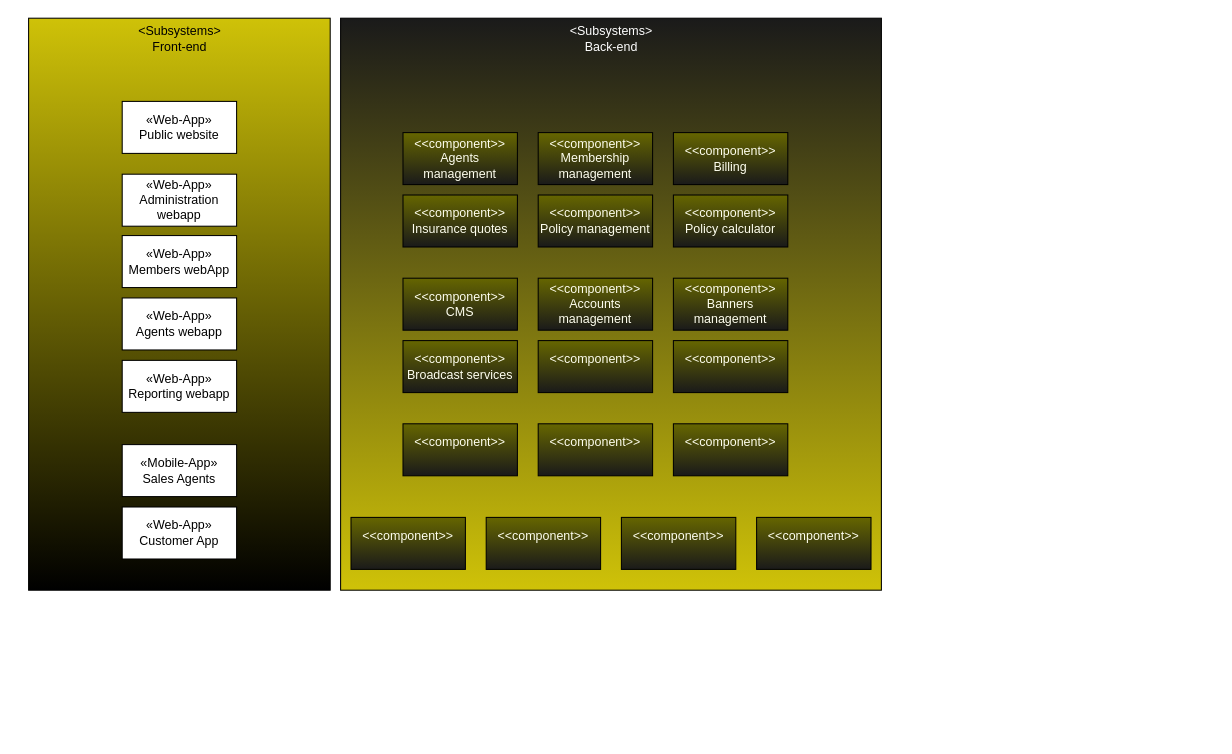
This is SDD-DOC/Component-Diagramn.drawio from yosefGhanem/asu-sdd1, a draw.io file, before an edit. Source tidied: cells renumbered, new cells numbered last; positions are measured from the earlier drawing's top-left corner, leaving out a move shared by most shapes. Both pictures are drawn from the tidied source at 104%, with x=0, y=0 at pixel (28, 18).
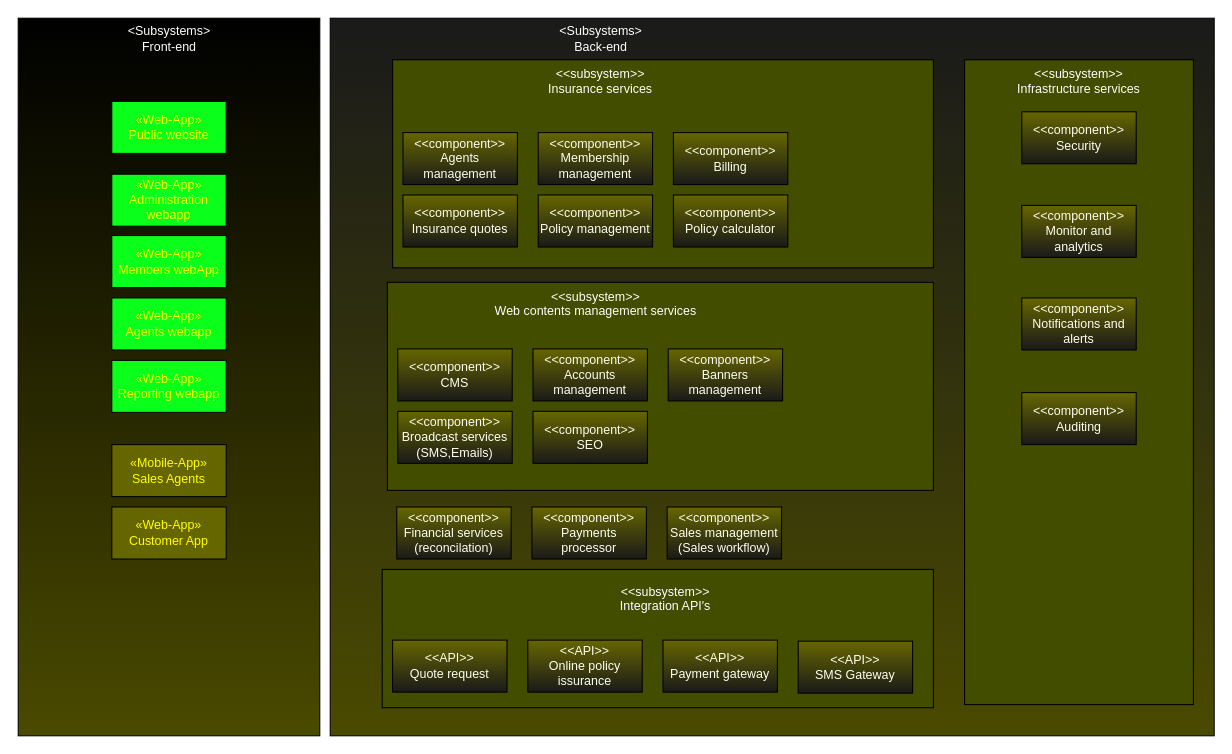
Above is the later version.

Change to the diagram source:
```diff
@@
-    <mxCell id="2" style="group;" parent="1" vertex="1">
-      <mxGeometry width="310" height="550" as="geometry" />
-    </mxCell>
+    <mxCell id="12" style="html=1;whiteSpace=wrap;gradientColor=#4A4A00;fillColor=#1A1A1A;" parent="1" vertex="1">
+      <mxGeometry x="290" width="850" height="690" as="geometry" />
+    </mxCell>
+    <mxCell id="13" value="&lt;div&gt;&lt;font color=&quot;#ffffff&quot;&gt;&amp;lt;Subsystems&amp;gt;&lt;/font&gt;&lt;/div&gt;&lt;div&gt;&lt;font color=&quot;#ffffff&quot;&gt;Back-end&lt;br&gt;&lt;/font&gt;&lt;/div&gt;" style="text;html=1;align=center;verticalAlign=middle;strokeColor=none;fillColor=none;" parent="1" vertex="1">
+      <mxGeometry x="500" width="100" height="40" as="geometry" />
+    </mxCell>
+    <mxCell id="33" style="rounded=0;whiteSpace=wrap;html=1;fillColor=#424D00;" parent="1" vertex="1">
+      <mxGeometry x="350" y="40" width="520" height="200" as="geometry" />
+    </mxCell>
-    <mxCell id="3" value="&lt;p style=&quot;line-height: 110%;&quot;&gt;&lt;/p&gt;&lt;br&gt;&lt;p&gt;&lt;/p&gt;" style="html=1;whiteSpace=wrap;fillColor=#CFC208;gradientColor=default;" parent="2" vertex="1">
-      <mxGeometry width="290" height="550" as="geometry" />
+    <mxCell id="3" value="&lt;p style=&quot;line-height: 110%;&quot;&gt;&lt;/p&gt;&lt;br&gt;&lt;p&gt;&lt;/p&gt;" style="html=1;whiteSpace=wrap;fillColor=#000000;gradientColor=#4A4A00;" parent="1" vertex="1">
+      <mxGeometry x="-10" width="290" height="690" as="geometry" />
     </mxCell>
-    <mxCell id="4" value="&lt;div&gt;«Web-App»&lt;/div&gt;Public website" style="html=1;whiteSpace=wrap;" parent="2" vertex="1">
-      <mxGeometry x="90" y="80" width="110" height="50" as="geometry" />
+    <mxCell id="4" value="&lt;div&gt;&lt;font color=&quot;#ffff00&quot;&gt;«Web-App»&lt;/font&gt;&lt;/div&gt;&lt;font color=&quot;#ffff00&quot;&gt;Public website&lt;/font&gt;" style="html=1;whiteSpace=wrap;fillColor=#0AFF1B;" parent="1" vertex="1">
+      <mxGeometry x="80" y="80" width="110" height="50" as="geometry" />
     </mxCell>
-    <mxCell id="5" value="&lt;div&gt;«Web-App»&lt;/div&gt;&lt;div&gt;Administration webapp&lt;br&gt;&lt;/div&gt;" style="html=1;whiteSpace=wrap;" parent="2" vertex="1">
-      <mxGeometry x="90" y="150" width="110" height="50" as="geometry" />
+    <mxCell id="5" value="&lt;div&gt;&lt;font color=&quot;#ffff00&quot;&gt;«Web-App»&lt;/font&gt;&lt;/div&gt;&lt;div&gt;&lt;font color=&quot;#ffff00&quot;&gt;Administration webapp&lt;br&gt;&lt;/font&gt;&lt;/div&gt;" style="html=1;whiteSpace=wrap;fillColor=#0AFF1B;" parent="1" vertex="1">
+      <mxGeometry x="80" y="150" width="110" height="50" as="geometry" />
     </mxCell>
-    <mxCell id="6" value="&lt;div&gt;«Web-App»&lt;/div&gt;&lt;div&gt;Members webApp&lt;br&gt;&lt;/div&gt;" style="html=1;whiteSpace=wrap;" parent="2" vertex="1">
-      <mxGeometry x="90" y="209" width="110" height="50" as="geometry" />
+    <mxCell id="6" value="&lt;div&gt;&lt;font color=&quot;#ffff00&quot;&gt;«Web-App»&lt;/font&gt;&lt;/div&gt;&lt;div&gt;&lt;font color=&quot;#ffff00&quot;&gt;Members webApp&lt;br&gt;&lt;/font&gt;&lt;/div&gt;" style="html=1;whiteSpace=wrap;fillColor=#0AFF1B;" parent="1" vertex="1">
+      <mxGeometry x="80" y="209" width="110" height="50" as="geometry" />
     </mxCell>
-    <mxCell id="7" value="&lt;div&gt;«Web-App»&lt;/div&gt;&lt;div&gt;Agents webapp&lt;br&gt;&lt;/div&gt;" style="html=1;whiteSpace=wrap;" parent="2" vertex="1">
-      <mxGeometry x="90" y="269" width="110" height="50" as="geometry" />
+    <mxCell id="7" value="&lt;div&gt;&lt;font color=&quot;#ffff00&quot;&gt;«Web-App»&lt;/font&gt;&lt;/div&gt;&lt;div&gt;&lt;font color=&quot;#ffff00&quot;&gt;Agents webapp&lt;br&gt;&lt;/font&gt;&lt;/div&gt;" style="html=1;whiteSpace=wrap;fillColor=#0AFF1B;" parent="1" vertex="1">
+      <mxGeometry x="80" y="269" width="110" height="50" as="geometry" />
     </mxCell>
-    <mxCell id="8" value="&lt;div&gt;«Web-App»&lt;/div&gt;&lt;div&gt;Reporting webapp&lt;br&gt;&lt;/div&gt;" style="html=1;whiteSpace=wrap;" parent="2" vertex="1">
-      <mxGeometry x="90" y="329" width="110" height="50" as="geometry" />
+    <mxCell id="8" value="&lt;div&gt;&lt;font color=&quot;#ffff00&quot;&gt;«Web-App»&lt;/font&gt;&lt;/div&gt;&lt;div&gt;&lt;font color=&quot;#ffff00&quot;&gt;Reporting webapp&lt;/font&gt;&lt;br&gt;&lt;/div&gt;" style="html=1;whiteSpace=wrap;fillColor=#0AFF1B;" parent="1" vertex="1">
+      <mxGeometry x="80" y="329" width="110" height="50" as="geometry" />
     </mxCell>
-    <mxCell id="9" value="&lt;div&gt;«Mobile-App»&lt;/div&gt;&lt;div&gt;Sales Agents&lt;br&gt;&lt;/div&gt;" style="html=1;whiteSpace=wrap;" parent="2" vertex="1">
-      <mxGeometry x="90" y="410" width="110" height="50" as="geometry" />
+    <mxCell id="9" value="&lt;div&gt;&lt;font color=&quot;#ffff00&quot;&gt;«Mobile-App»&lt;/font&gt;&lt;/div&gt;&lt;div&gt;&lt;font color=&quot;#ffff00&quot;&gt;Sales Agents&lt;br&gt;&lt;/font&gt;&lt;/div&gt;" style="html=1;whiteSpace=wrap;fillColor=#666600;" parent="1" vertex="1">
+      <mxGeometry x="80" y="410" width="110" height="50" as="geometry" />
     </mxCell>
-    <mxCell id="10" value="&lt;div&gt;«Web-App»&lt;/div&gt;&lt;div&gt;Customer App&lt;br&gt;&lt;/div&gt;" style="html=1;whiteSpace=wrap;" parent="2" vertex="1">
-      <mxGeometry x="90" y="470" width="110" height="50" as="geometry" />
+    <mxCell id="10" value="&lt;div&gt;&lt;font color=&quot;#ffff00&quot;&gt;«Web-App»&lt;/font&gt;&lt;/div&gt;&lt;div&gt;&lt;font color=&quot;#ffff00&quot;&gt;Customer App&lt;br&gt;&lt;/font&gt;&lt;/div&gt;" style="html=1;whiteSpace=wrap;fillColor=#666600;" parent="1" vertex="1">
+      <mxGeometry x="80" y="470" width="110" height="50" as="geometry" />
     </mxCell>
-    <mxCell id="11" value="&lt;div&gt;&amp;lt;Subsystems&amp;gt;&lt;/div&gt;&lt;div&gt;Front-end&lt;br&gt;&lt;/div&gt;" style="text;html=1;align=center;verticalAlign=middle;strokeColor=none;fillColor=none;" parent="2" vertex="1">
-      <mxGeometry x="95" width="100" height="40" as="geometry" />
+    <mxCell id="11" value="&lt;div&gt;&lt;font color=&quot;#ffffff&quot;&gt;&amp;lt;Subsystems&amp;gt;&lt;/font&gt;&lt;/div&gt;&lt;div&gt;&lt;font color=&quot;#ffffff&quot;&gt;Front-end&lt;br&gt;&lt;/font&gt;&lt;/div&gt;" style="text;html=1;align=center;verticalAlign=middle;strokeColor=none;fillColor=none;" parent="1" vertex="1">
+      <mxGeometry x="85" width="100" height="40" as="geometry" />
     </mxCell>
-    <mxCell id="12" style="html=1;whiteSpace=wrap;gradientColor=#CFC208;fillColor=#1A1A1A;" parent="1" vertex="1">
-      <mxGeometry x="300" width="520" height="550" as="geometry" />
-    </mxCell>
-    <mxCell id="13" value="&lt;div&gt;&lt;font color=&quot;#ffffff&quot;&gt;&amp;lt;Subsystems&amp;gt;&lt;/font&gt;&lt;/div&gt;&lt;div&gt;&lt;font color=&quot;#ffffff&quot;&gt;Back-end&lt;br&gt;&lt;/font&gt;&lt;/div&gt;" style="text;html=1;align=center;verticalAlign=middle;strokeColor=none;fillColor=none;" parent="1" vertex="1">
-      <mxGeometry x="510" width="100" height="40" as="geometry" />
-    </mxCell>
+    <mxCell id="34" value="&lt;div align=&quot;center&quot;&gt;&lt;font color=&quot;#ffffff&quot;&gt;&amp;lt;&amp;lt;subsystem&amp;gt;&amp;gt;&lt;/font&gt;&lt;/div&gt;&lt;div align=&quot;center&quot;&gt;&lt;font color=&quot;#ffffff&quot;&gt;Insurance services&lt;br&gt;&lt;/font&gt;&lt;/div&gt;" style="text;whiteSpace=wrap;html=1;align=center;" parent="1" vertex="1">
+      <mxGeometry x="485" y="40" width="130" height="50" as="geometry" />
+    </mxCell>
@@
+    <mxCell id="35" style="rounded=0;whiteSpace=wrap;html=1;fillColor=#424D00;" parent="1" vertex="1">
+      <mxGeometry x="345" y="254" width="525" height="200" as="geometry" />
+    </mxCell>
+    <mxCell id="36" value="&lt;div align=&quot;center&quot;&gt;&lt;font color=&quot;#ffffff&quot;&gt;&amp;lt;&amp;lt;subsystem&amp;gt;&amp;gt;&lt;/font&gt;&lt;/div&gt;&lt;div align=&quot;center&quot;&gt;&lt;font color=&quot;#ffffff&quot;&gt;Web contents management services&lt;br&gt;&lt;/font&gt;&lt;/div&gt;" style="text;whiteSpace=wrap;html=1;align=center;" parent="1" vertex="1">
+      <mxGeometry x="402.5" y="254" width="285" height="50" as="geometry" />
+    </mxCell>
     <mxCell id="20" value="&lt;font color=&quot;#fffff0&quot;&gt;&amp;lt;&amp;lt;component&amp;gt;&amp;gt;&lt;br&gt;CMS&lt;br&gt;&lt;/font&gt;" style="html=1;whiteSpace=wrap;fillColor=#666600;gradientColor=#1A1A1A;" parent="1" vertex="1">
-      <mxGeometry x="360" y="250" width="110" height="50" as="geometry" />
+      <mxGeometry x="355" y="318" width="110" height="50" as="geometry" />
     </mxCell>
     <mxCell id="21" value="&lt;font color=&quot;#fffff0&quot;&gt;&amp;lt;&amp;lt;component&amp;gt;&amp;gt;&lt;br&gt;Accounts management&lt;br&gt;&lt;/font&gt;" style="html=1;whiteSpace=wrap;fillColor=#666600;gradientColor=#1A1A1A;" parent="1" vertex="1">
-      <mxGeometry x="490" y="250" width="110" height="50" as="geometry" />
+      <mxGeometry x="485" y="318" width="110" height="50" as="geometry" />
     </mxCell>
     <mxCell id="22" value="&lt;font color=&quot;#fffff0&quot;&gt;&amp;lt;&amp;lt;component&amp;gt;&amp;gt;&lt;br&gt;Banners management&lt;br&gt;&lt;/font&gt;" style="html=1;whiteSpace=wrap;fillColor=#666600;gradientColor=#1A1A1A;" parent="1" vertex="1">
-      <mxGeometry x="620" y="250" width="110" height="50" as="geometry" />
+      <mxGeometry x="615" y="318" width="110" height="50" as="geometry" />
     </mxCell>
-    <mxCell id="23" value="&lt;font color=&quot;#fffff0&quot;&gt;&amp;lt;&amp;lt;component&amp;gt;&amp;gt;&lt;br&gt;Broadcast services&lt;br&gt;&lt;/font&gt;" style="html=1;whiteSpace=wrap;fillColor=#666600;gradientColor=#1A1A1A;" parent="1" vertex="1">
-      <mxGeometry x="360" y="310" width="110" height="50" as="geometry" />
-    </mxCell>
-    <mxCell id="24" value="&lt;font color=&quot;#fffff0&quot;&gt;&amp;lt;&amp;lt;component&amp;gt;&amp;gt;&lt;br&gt;&lt;br&gt;&lt;/font&gt;" style="html=1;whiteSpace=wrap;fillColor=#666600;gradientColor=#1A1A1A;" parent="1" vertex="1">
-      <mxGeometry x="490" y="310" width="110" height="50" as="geometry" />
-    </mxCell>
-    <mxCell id="25" value="&lt;font color=&quot;#fffff0&quot;&gt;&amp;lt;&amp;lt;component&amp;gt;&amp;gt;&lt;br&gt;&lt;br&gt;&lt;/font&gt;" style="html=1;whiteSpace=wrap;fillColor=#666600;gradientColor=#1A1A1A;" parent="1" vertex="1">
-      <mxGeometry x="620" y="310" width="110" height="50" as="geometry" />
-    </mxCell>
-    <mxCell id="26" value="&lt;font color=&quot;#fffff0&quot;&gt;&amp;lt;&amp;lt;component&amp;gt;&amp;gt;&lt;br&gt;&lt;br&gt;&lt;/font&gt;" style="html=1;whiteSpace=wrap;fillColor=#666600;gradientColor=#1A1A1A;" parent="1" vertex="1">
-      <mxGeometry x="360" y="390" width="110" height="50" as="geometry" />
-    </mxCell>
-    <mxCell id="27" value="&lt;font color=&quot;#fffff0&quot;&gt;&amp;lt;&amp;lt;component&amp;gt;&amp;gt;&lt;br&gt;&lt;br&gt;&lt;/font&gt;" style="html=1;whiteSpace=wrap;fillColor=#666600;gradientColor=#1A1A1A;" parent="1" vertex="1">
-      <mxGeometry x="490" y="390" width="110" height="50" as="geometry" />
-    </mxCell>
-    <mxCell id="28" value="&lt;font color=&quot;#fffff0&quot;&gt;&amp;lt;&amp;lt;component&amp;gt;&amp;gt;&lt;br&gt;&lt;br&gt;&lt;/font&gt;" style="html=1;whiteSpace=wrap;fillColor=#666600;gradientColor=#1A1A1A;" parent="1" vertex="1">
-      <mxGeometry x="620" y="390" width="110" height="50" as="geometry" />
-    </mxCell>
-    <mxCell id="29" value="&lt;font color=&quot;#fffff0&quot;&gt;&amp;lt;&amp;lt;component&amp;gt;&amp;gt;&lt;br&gt;&lt;br&gt;&lt;/font&gt;" style="html=1;whiteSpace=wrap;fillColor=#666600;gradientColor=#1A1A1A;" parent="1" vertex="1">
-      <mxGeometry x="310" y="480" width="110" height="50" as="geometry" />
-    </mxCell>
-    <mxCell id="30" value="&lt;font color=&quot;#fffff0&quot;&gt;&amp;lt;&amp;lt;component&amp;gt;&amp;gt;&lt;br&gt;&lt;br&gt;&lt;/font&gt;" style="html=1;whiteSpace=wrap;fillColor=#666600;gradientColor=#1A1A1A;" parent="1" vertex="1">
-      <mxGeometry x="440" y="480" width="110" height="50" as="geometry" />
-    </mxCell>
-    <mxCell id="31" value="&lt;font color=&quot;#fffff0&quot;&gt;&amp;lt;&amp;lt;component&amp;gt;&amp;gt;&lt;br&gt;&lt;br&gt;&lt;/font&gt;" style="html=1;whiteSpace=wrap;fillColor=#666600;gradientColor=#1A1A1A;" parent="1" vertex="1">
-      <mxGeometry x="570" y="480" width="110" height="50" as="geometry" />
-    </mxCell>
-    <mxCell id="32" value="&lt;font color=&quot;#fffff0&quot;&gt;&amp;lt;&amp;lt;component&amp;gt;&amp;gt;&lt;br&gt;&lt;br&gt;&lt;/font&gt;" style="html=1;whiteSpace=wrap;fillColor=#666600;gradientColor=#1A1A1A;" parent="1" vertex="1">
-      <mxGeometry x="700" y="480" width="110" height="50" as="geometry" />
-    </mxCell>
+    <mxCell id="37" value="&lt;font color=&quot;#fffff0&quot;&gt;&amp;lt;&amp;lt;component&amp;gt;&amp;gt;&lt;br&gt;&lt;/font&gt;&lt;div&gt;&lt;font color=&quot;#fffff0&quot;&gt;Broadcast services&lt;/font&gt;&lt;/div&gt;&lt;div&gt;&lt;font color=&quot;#fffff0&quot;&gt;(SMS,Emails)&lt;br&gt;&lt;/font&gt;&lt;/div&gt;" style="html=1;whiteSpace=wrap;fillColor=#666600;gradientColor=#1A1A1A;" parent="1" vertex="1">
+      <mxGeometry x="355" y="378" width="110" height="50" as="geometry" />
+    </mxCell>
+    <mxCell id="38" value="&lt;font color=&quot;#fffff0&quot;&gt;&amp;lt;&amp;lt;component&amp;gt;&amp;gt;&lt;br&gt;SEO&lt;br&gt;&lt;/font&gt;" style="html=1;whiteSpace=wrap;fillColor=#666600;gradientColor=#1A1A1A;" parent="1" vertex="1">
+      <mxGeometry x="485" y="378" width="110" height="50" as="geometry" />
+    </mxCell>
+    <mxCell id="39" style="rounded=0;whiteSpace=wrap;html=1;fillColor=#424D00;" parent="1" vertex="1">
+      <mxGeometry x="340" y="530" width="530" height="133" as="geometry" />
+    </mxCell>
+    <mxCell id="40" value="&lt;div&gt;&lt;font color=&quot;#fffff0&quot;&gt;&amp;lt;&amp;lt;component&amp;gt;&amp;gt;&lt;/font&gt;&lt;/div&gt;&lt;div&gt;&lt;font color=&quot;#fffff0&quot;&gt;Financial services&lt;br&gt;&lt;/font&gt;&lt;/div&gt;&lt;div&gt;&lt;font color=&quot;#fffff0&quot;&gt;(reconcilation)&lt;br&gt;&lt;/font&gt;&lt;/div&gt;&lt;font color=&quot;#fffff0&quot;&gt;&lt;/font&gt;" style="html=1;whiteSpace=wrap;fillColor=#666600;gradientColor=#1A1A1A;" parent="1" vertex="1">
+      <mxGeometry x="354" y="470" width="110" height="50" as="geometry" />
+    </mxCell>
+    <mxCell id="41" value="&lt;font color=&quot;#fffff0&quot;&gt;&amp;lt;&amp;lt;component&amp;gt;&amp;gt;&lt;br&gt;Payments processor&lt;br&gt;&lt;/font&gt;" style="html=1;whiteSpace=wrap;fillColor=#666600;gradientColor=#1A1A1A;" parent="1" vertex="1">
+      <mxGeometry x="484" y="470" width="110" height="50" as="geometry" />
+    </mxCell>
+    <mxCell id="42" value="&lt;font color=&quot;#fffff0&quot;&gt;&amp;lt;&amp;lt;component&amp;gt;&amp;gt;&lt;br&gt;&lt;/font&gt;&lt;div&gt;&lt;font color=&quot;#fffff0&quot;&gt;Sales management&lt;/font&gt;&lt;/div&gt;&lt;div&gt;&lt;font color=&quot;#fffff0&quot;&gt;(Sales workflow)&lt;br&gt;&lt;/font&gt;&lt;/div&gt;" style="html=1;whiteSpace=wrap;fillColor=#666600;gradientColor=#1A1A1A;" parent="1" vertex="1">
+      <mxGeometry x="614" y="470" width="110" height="50" as="geometry" />
+    </mxCell>
+    <mxCell id="43" value="&lt;font color=&quot;#fffff0&quot;&gt;&amp;lt;&amp;lt;API&amp;gt;&amp;gt;&lt;br&gt;Quote request&lt;br&gt;&lt;/font&gt;" style="html=1;whiteSpace=wrap;fillColor=#666600;gradientColor=#1A1A1A;" parent="1" vertex="1">
+      <mxGeometry x="350" y="598" width="110" height="50" as="geometry" />
+    </mxCell>
+    <mxCell id="44" value="&lt;font color=&quot;#fffff0&quot;&gt;&amp;lt;&amp;lt;API&amp;gt;&amp;gt;&lt;br&gt;Online policy issurance&lt;br&gt;&lt;/font&gt;" style="html=1;whiteSpace=wrap;fillColor=#666600;gradientColor=#1A1A1A;" parent="1" vertex="1">
+      <mxGeometry x="480" y="598" width="110" height="50" as="geometry" />
+    </mxCell>
+    <mxCell id="45" value="&lt;font color=&quot;#fffff0&quot;&gt;&amp;lt;&amp;lt;API&amp;gt;&amp;gt;&lt;br&gt;Payment gateway&lt;br&gt;&lt;/font&gt;" style="html=1;whiteSpace=wrap;fillColor=#666600;gradientColor=#1A1A1A;" parent="1" vertex="1">
+      <mxGeometry x="610" y="598" width="110" height="50" as="geometry" />
+    </mxCell>
+    <mxCell id="46" value="&lt;font color=&quot;#fffff0&quot;&gt;&amp;lt;&amp;lt;API&amp;gt;&amp;gt;&lt;br&gt;SMS Gateway&lt;br&gt;&lt;/font&gt;" style="html=1;whiteSpace=wrap;fillColor=#666600;gradientColor=#1A1A1A;" parent="1" vertex="1">
+      <mxGeometry x="740" y="599" width="110" height="50" as="geometry" />
+    </mxCell>
+    <mxCell id="47" value="&lt;div align=&quot;center&quot;&gt;&lt;font color=&quot;#ffffff&quot;&gt;&amp;lt;&amp;lt;subsystem&amp;gt;&amp;gt;&lt;/font&gt;&lt;/div&gt;&lt;div align=&quot;center&quot;&gt;&lt;font color=&quot;#ffffff&quot;&gt;Integration API's&lt;br&gt;&lt;/font&gt;&lt;/div&gt;" style="text;whiteSpace=wrap;html=1;align=center;" parent="1" vertex="1">
+      <mxGeometry x="470" y="538" width="285" height="50" as="geometry" />
+    </mxCell>
+    <mxCell id="48" style="rounded=0;whiteSpace=wrap;html=1;fillColor=#424D00;" parent="1" vertex="1">
+      <mxGeometry x="900" y="40" width="220" height="620" as="geometry" />
+    </mxCell>
+    <mxCell id="49" value="&lt;div align=&quot;center&quot;&gt;&lt;font color=&quot;#ffffff&quot;&gt;&amp;lt;&amp;lt;subsystem&amp;gt;&amp;gt;&lt;/font&gt;&lt;/div&gt;&lt;div align=&quot;center&quot;&gt;&lt;font color=&quot;#ffffff&quot;&gt;Infrastructure services&lt;br&gt;&lt;/font&gt;&lt;/div&gt;" style="text;whiteSpace=wrap;html=1;align=center;" parent="1" vertex="1">
+      <mxGeometry x="945" y="40" width="130" height="50" as="geometry" />
+    </mxCell>
+    <mxCell id="50" value="&lt;font color=&quot;#fffff0&quot;&gt;&amp;lt;&amp;lt;component&amp;gt;&amp;gt;&lt;br&gt;Security&lt;br&gt;&lt;/font&gt;" style="html=1;whiteSpace=wrap;fillColor=#666600;gradientColor=#1A1A1A;" parent="1" vertex="1">
+      <mxGeometry x="955" y="90" width="110" height="50" as="geometry" />
+    </mxCell>
+    <mxCell id="51" value="&lt;font color=&quot;#fffff0&quot;&gt;&amp;lt;&amp;lt;component&amp;gt;&amp;gt;&lt;br&gt;Monitor and analytics&lt;br&gt;&lt;/font&gt;" style="html=1;whiteSpace=wrap;fillColor=#666600;gradientColor=#1A1A1A;" parent="1" vertex="1">
+      <mxGeometry x="955" y="180" width="110" height="50" as="geometry" />
+    </mxCell>
+    <mxCell id="52" value="&lt;font color=&quot;#fffff0&quot;&gt;&amp;lt;&amp;lt;component&amp;gt;&amp;gt;&lt;br&gt;Notifications and alerts&lt;br&gt;&lt;/font&gt;" style="html=1;whiteSpace=wrap;fillColor=#666600;gradientColor=#1A1A1A;" parent="1" vertex="1">
+      <mxGeometry x="955" y="269" width="110" height="50" as="geometry" />
+    </mxCell>
+    <mxCell id="53" value="&lt;font color=&quot;#fffff0&quot;&gt;&amp;lt;&amp;lt;component&amp;gt;&amp;gt;&lt;br&gt;Auditing&lt;br&gt;&lt;/font&gt;" style="html=1;whiteSpace=wrap;fillColor=#666600;gradientColor=#1A1A1A;" parent="1" vertex="1">
+      <mxGeometry x="955" y="360" width="110" height="50" as="geometry" />
+    </mxCell>
```
